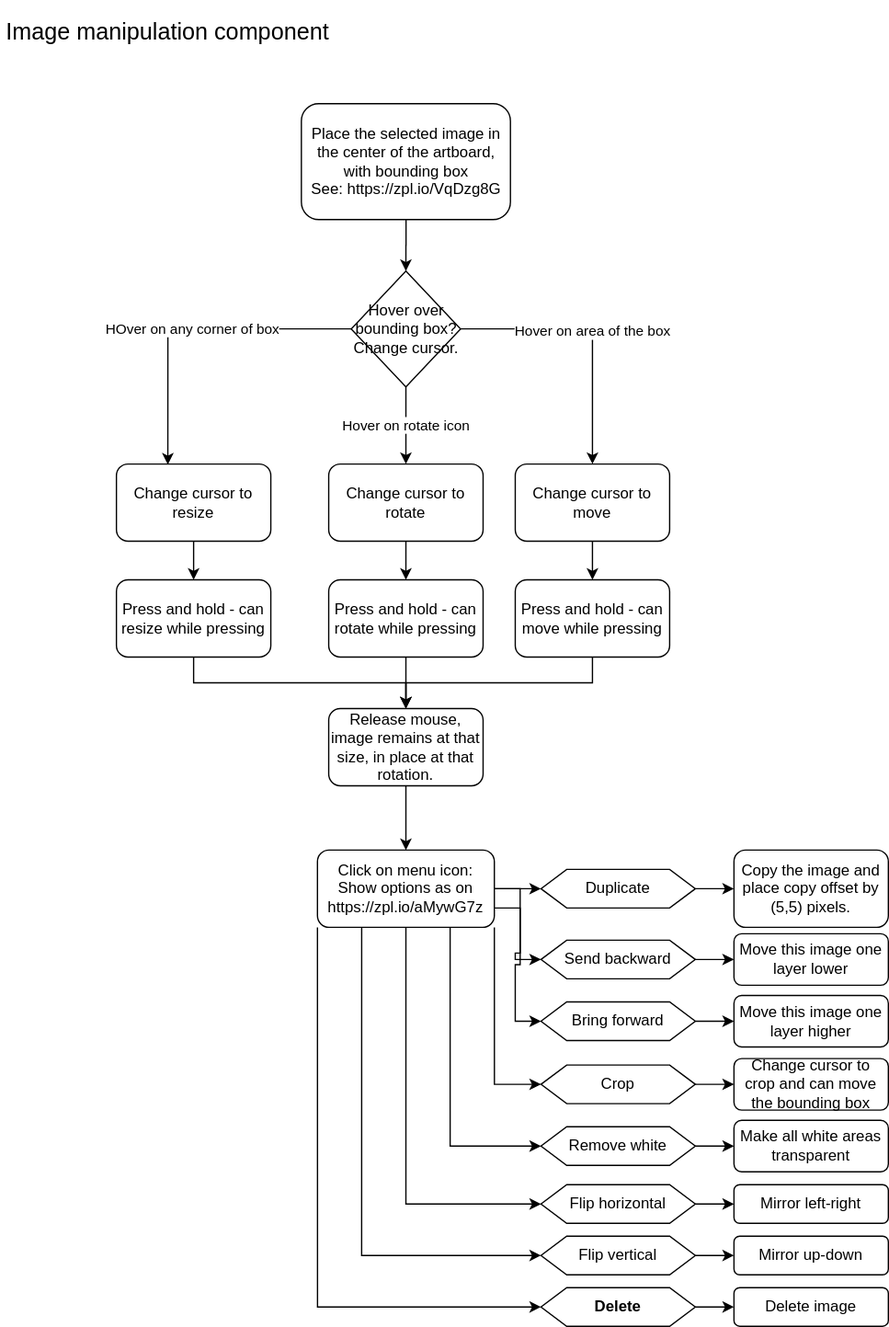
This is modules/components/image-manipulation.drawio.svg from ji-devs/ji-cloud-flowcharts, a draw.io export, as it was before one commit. Source tidied: cells renumbered, new cells last; positions are measured from the earlier drawing's top-left corner, leaving out a move shared by most shapes. Its diagram source:
```xml
<mxGraphModel>
  <root>
    <mxCell id="0" />
    <mxCell id="1" parent="0" />
    <mxCell id="2" value="&lt;font style=&quot;font-size: 18px&quot;&gt;Image manipulation component&lt;/font&gt;" style="text;html=1;strokeColor=none;fillColor=none;align=center;verticalAlign=middle;whiteSpace=wrap;rounded=0;" parent="1" vertex="1">
      <mxGeometry width="260" height="50" as="geometry" />
    </mxCell>
    <mxCell id="3" style="edgeStyle=orthogonalEdgeStyle;rounded=0;jettySize=auto;html=1;" parent="1" edge="1" source="4" target="8">
      <mxGeometry relative="1" as="geometry" />
    </mxCell>
    <mxCell id="4" value="Place the selected image in the center of the artboard, with bounding box&amp;nbsp;&lt;br&gt;See:&amp;nbsp;https://zpl.io/VqDzg8G" style="rounded=1;whiteSpace=wrap;html=1;" parent="1" vertex="1">
      <mxGeometry x="233.8" y="80" width="162.5" height="90" as="geometry" />
    </mxCell>
    <mxCell id="5" value="HOver on any corner of box" style="edgeStyle=orthogonalEdgeStyle;rounded=0;jettySize=auto;html=1;entryX=0.333;entryY=0.007;entryDx=0;entryDy=0;entryPerimeter=0;" parent="1" edge="1" source="8" target="10">
      <mxGeometry relative="1" as="geometry" />
    </mxCell>
    <mxCell id="6" value="Hover on rotate icon" style="edgeStyle=orthogonalEdgeStyle;rounded=0;jettySize=auto;html=1;entryX=0.5;entryY=0;entryDx=0;entryDy=0;" parent="1" edge="1" source="8" target="12">
      <mxGeometry relative="1" as="geometry" />
    </mxCell>
    <mxCell id="7" value="Hover on area of the box" style="edgeStyle=orthogonalEdgeStyle;rounded=0;jettySize=auto;html=1;entryX=0.5;entryY=0;entryDx=0;entryDy=0;" parent="1" edge="1" source="8" target="14">
      <mxGeometry relative="1" as="geometry" />
    </mxCell>
    <mxCell id="8" value="Hover over bounding box? Change cursor." style="rhombus;whiteSpace=wrap;html=1;" parent="1" vertex="1">
      <mxGeometry x="272.5" y="210" width="85" height="90" as="geometry" />
    </mxCell>
    <mxCell id="9" style="edgeStyle=orthogonalEdgeStyle;rounded=0;jettySize=auto;html=1;entryX=0.5;entryY=0;entryDx=0;entryDy=0;" parent="1" edge="1" source="10" target="16">
      <mxGeometry relative="1" as="geometry" />
    </mxCell>
    <mxCell id="10" value="Change cursor to resize" style="rounded=1;whiteSpace=wrap;html=1;" parent="1" vertex="1">
      <mxGeometry x="90" y="360" width="120" height="60" as="geometry" />
    </mxCell>
    <mxCell id="11" style="edgeStyle=orthogonalEdgeStyle;rounded=0;jettySize=auto;html=1;entryX=0.5;entryY=0;entryDx=0;entryDy=0;" parent="1" edge="1" source="12" target="18">
      <mxGeometry relative="1" as="geometry" />
    </mxCell>
    <mxCell id="12" value="Change cursor to rotate" style="rounded=1;whiteSpace=wrap;html=1;" parent="1" vertex="1">
      <mxGeometry x="255" y="360" width="120" height="60" as="geometry" />
    </mxCell>
    <mxCell id="13" style="edgeStyle=orthogonalEdgeStyle;rounded=0;jettySize=auto;html=1;entryX=0.5;entryY=0;entryDx=0;entryDy=0;" parent="1" edge="1" source="14" target="20">
      <mxGeometry relative="1" as="geometry" />
    </mxCell>
    <mxCell id="14" value="Change cursor to move" style="rounded=1;whiteSpace=wrap;html=1;" parent="1" vertex="1">
      <mxGeometry x="400" y="360" width="120" height="60" as="geometry" />
    </mxCell>
    <mxCell id="15" style="edgeStyle=orthogonalEdgeStyle;rounded=0;jettySize=auto;html=1;" parent="1" edge="1" source="16" target="22">
      <mxGeometry relative="1" as="geometry">
        <Array as="points">
          <mxPoint x="150" y="530" />
          <mxPoint x="315" y="530" />
        </Array>
      </mxGeometry>
    </mxCell>
    <mxCell id="16" value="Press and hold - can resize while pressing" style="rounded=1;whiteSpace=wrap;html=1;" parent="1" vertex="1">
      <mxGeometry x="90" y="450" width="120" height="60" as="geometry" />
    </mxCell>
    <mxCell id="17" style="edgeStyle=orthogonalEdgeStyle;rounded=0;jettySize=auto;html=1;" parent="1" edge="1" source="18">
      <mxGeometry relative="1" as="geometry">
        <mxPoint x="315" y="550" as="targetPoint" />
      </mxGeometry>
    </mxCell>
    <mxCell id="18" value="Press and hold - can rotate while pressing" style="rounded=1;whiteSpace=wrap;html=1;" parent="1" vertex="1">
      <mxGeometry x="255" y="450" width="120" height="60" as="geometry" />
    </mxCell>
    <mxCell id="19" style="edgeStyle=orthogonalEdgeStyle;rounded=0;jettySize=auto;html=1;entryX=0.5;entryY=0;entryDx=0;entryDy=0;" parent="1" edge="1" source="20" target="22">
      <mxGeometry relative="1" as="geometry">
        <Array as="points">
          <mxPoint x="460" y="530" />
          <mxPoint x="315" y="530" />
        </Array>
      </mxGeometry>
    </mxCell>
    <mxCell id="20" value="Press and hold - can move while pressing" style="rounded=1;whiteSpace=wrap;html=1;" parent="1" vertex="1">
      <mxGeometry x="400" y="450" width="120" height="60" as="geometry" />
    </mxCell>
    <mxCell id="21" style="edgeStyle=orthogonalEdgeStyle;rounded=0;jettySize=auto;html=1;entryX=0.5;entryY=0;entryDx=0;entryDy=0;" parent="1" edge="1" source="22" target="31">
      <mxGeometry relative="1" as="geometry" />
    </mxCell>
    <mxCell id="22" value="Release mouse, image remains at that size, in place at that rotation." style="rounded=1;whiteSpace=wrap;html=1;" parent="1" vertex="1">
      <mxGeometry x="255" y="550" width="120" height="60" as="geometry" />
    </mxCell>
    <mxCell id="23" style="edgeStyle=orthogonalEdgeStyle;rounded=0;jettySize=auto;html=1;entryX=0;entryY=0.5;entryDx=0;entryDy=0;" parent="1" edge="1" source="31" target="33">
      <mxGeometry relative="1" as="geometry" />
    </mxCell>
    <mxCell id="24" style="edgeStyle=orthogonalEdgeStyle;rounded=0;jettySize=auto;html=1;entryX=0;entryY=0.5;entryDx=0;entryDy=0;" parent="1" edge="1" source="31" target="36">
      <mxGeometry relative="1" as="geometry" />
    </mxCell>
    <mxCell id="25" style="edgeStyle=orthogonalEdgeStyle;rounded=0;jettySize=auto;html=1;exitX=1;exitY=0.75;exitDx=0;exitDy=0;entryX=0;entryY=0.5;entryDx=0;entryDy=0;" parent="1" edge="1" source="31" target="39">
      <mxGeometry relative="1" as="geometry" />
    </mxCell>
    <mxCell id="26" style="edgeStyle=orthogonalEdgeStyle;rounded=0;jettySize=auto;html=1;exitX=1;exitY=1;exitDx=0;exitDy=0;entryX=0;entryY=0.5;entryDx=0;entryDy=0;" parent="1" edge="1" source="31" target="42">
      <mxGeometry relative="1" as="geometry" />
    </mxCell>
    <mxCell id="27" style="edgeStyle=orthogonalEdgeStyle;rounded=0;jettySize=auto;html=1;exitX=0.75;exitY=1;exitDx=0;exitDy=0;entryX=0;entryY=0.5;entryDx=0;entryDy=0;" parent="1" edge="1" source="31" target="45">
      <mxGeometry relative="1" as="geometry" />
    </mxCell>
    <mxCell id="28" style="edgeStyle=orthogonalEdgeStyle;rounded=0;jettySize=auto;html=1;exitX=0.5;exitY=1;exitDx=0;exitDy=0;entryX=0;entryY=0.5;entryDx=0;entryDy=0;" parent="1" edge="1" source="31" target="48">
      <mxGeometry relative="1" as="geometry" />
    </mxCell>
    <mxCell id="29" style="edgeStyle=orthogonalEdgeStyle;rounded=0;jettySize=auto;html=1;exitX=0.25;exitY=1;exitDx=0;exitDy=0;entryX=0;entryY=0.5;entryDx=0;entryDy=0;" parent="1" edge="1" source="31" target="51">
      <mxGeometry relative="1" as="geometry" />
    </mxCell>
    <mxCell id="30" style="edgeStyle=orthogonalEdgeStyle;rounded=0;jettySize=auto;html=1;exitX=0;exitY=1;exitDx=0;exitDy=0;entryX=0;entryY=0.5;entryDx=0;entryDy=0;" parent="1" edge="1" source="31" target="54">
      <mxGeometry relative="1" as="geometry" />
    </mxCell>
    <mxCell id="31" value="Click on menu icon: Show options as on&amp;nbsp;&lt;br&gt;https://zpl.io/aMywG7z" style="rounded=1;whiteSpace=wrap;html=1;" parent="1" vertex="1">
      <mxGeometry x="246.2" y="660" width="137.5" height="60" as="geometry" />
    </mxCell>
    <mxCell id="32" style="edgeStyle=orthogonalEdgeStyle;rounded=0;jettySize=auto;html=1;entryX=0;entryY=0.5;entryDx=0;entryDy=0;" parent="1" edge="1" source="33" target="34">
      <mxGeometry relative="1" as="geometry" />
    </mxCell>
    <mxCell id="33" value="Duplicate" style="shape=hexagon;perimeter=hexagonPerimeter2;whiteSpace=wrap;html=1;fixedSize=1;" parent="1" vertex="1">
      <mxGeometry x="420" y="675" width="120" height="30" as="geometry" />
    </mxCell>
    <mxCell id="34" value="Copy the image and place copy offset by (5,5) pixels." style="rounded=1;whiteSpace=wrap;html=1;" parent="1" vertex="1">
      <mxGeometry x="570" y="660" width="120" height="60" as="geometry" />
    </mxCell>
    <mxCell id="35" style="edgeStyle=orthogonalEdgeStyle;rounded=0;jettySize=auto;html=1;entryX=0;entryY=0.5;entryDx=0;entryDy=0;" parent="1" edge="1" source="36" target="37">
      <mxGeometry relative="1" as="geometry" />
    </mxCell>
    <mxCell id="36" value="Send backward" style="shape=hexagon;perimeter=hexagonPerimeter2;whiteSpace=wrap;html=1;fixedSize=1;" parent="1" vertex="1">
      <mxGeometry x="420" y="730" width="120" height="30" as="geometry" />
    </mxCell>
    <mxCell id="37" value="Move this image one layer lower&amp;nbsp;" style="rounded=1;whiteSpace=wrap;html=1;" parent="1" vertex="1">
      <mxGeometry x="570" y="725" width="120" height="40" as="geometry" />
    </mxCell>
    <mxCell id="38" style="edgeStyle=orthogonalEdgeStyle;rounded=0;jettySize=auto;html=1;exitX=1;exitY=0.5;exitDx=0;exitDy=0;entryX=0;entryY=0.5;entryDx=0;entryDy=0;" parent="1" edge="1" source="39" target="40">
      <mxGeometry relative="1" as="geometry" />
    </mxCell>
    <mxCell id="39" value="Bring forward" style="shape=hexagon;perimeter=hexagonPerimeter2;whiteSpace=wrap;html=1;fixedSize=1;" parent="1" vertex="1">
      <mxGeometry x="420" y="778" width="120" height="30" as="geometry" />
    </mxCell>
    <mxCell id="40" value="Move this image one layer higher" style="rounded=1;whiteSpace=wrap;html=1;" parent="1" vertex="1">
      <mxGeometry x="570" y="773" width="120" height="40" as="geometry" />
    </mxCell>
    <mxCell id="41" style="edgeStyle=orthogonalEdgeStyle;rounded=0;jettySize=auto;html=1;entryX=0;entryY=0.5;entryDx=0;entryDy=0;" parent="1" edge="1" source="42" target="43">
      <mxGeometry relative="1" as="geometry" />
    </mxCell>
    <mxCell id="42" value="Crop" style="shape=hexagon;perimeter=hexagonPerimeter2;whiteSpace=wrap;html=1;fixedSize=1;" parent="1" vertex="1">
      <mxGeometry x="420" y="827" width="120" height="30" as="geometry" />
    </mxCell>
    <mxCell id="43" value="Change cursor to crop and can move the bounding box" style="rounded=1;whiteSpace=wrap;html=1;" parent="1" vertex="1">
      <mxGeometry x="570" y="822" width="120" height="40" as="geometry" />
    </mxCell>
    <mxCell id="44" style="edgeStyle=orthogonalEdgeStyle;rounded=0;jettySize=auto;html=1;entryX=0;entryY=0.5;entryDx=0;entryDy=0;" parent="1" edge="1" source="45" target="46">
      <mxGeometry relative="1" as="geometry" />
    </mxCell>
    <mxCell id="45" value="Remove white" style="shape=hexagon;perimeter=hexagonPerimeter2;whiteSpace=wrap;html=1;fixedSize=1;" parent="1" vertex="1">
      <mxGeometry x="420" y="875" width="120" height="30" as="geometry" />
    </mxCell>
    <mxCell id="46" value="Make all white areas transparent" style="rounded=1;whiteSpace=wrap;html=1;" parent="1" vertex="1">
      <mxGeometry x="570" y="870" width="120" height="40" as="geometry" />
    </mxCell>
    <mxCell id="47" style="edgeStyle=orthogonalEdgeStyle;rounded=0;jettySize=auto;html=1;exitX=1;exitY=0.5;exitDx=0;exitDy=0;entryX=0;entryY=0.5;entryDx=0;entryDy=0;" parent="1" edge="1" source="48" target="49">
      <mxGeometry relative="1" as="geometry" />
    </mxCell>
    <mxCell id="48" value="Flip horizontal" style="shape=hexagon;perimeter=hexagonPerimeter2;whiteSpace=wrap;html=1;fixedSize=1;" parent="1" vertex="1">
      <mxGeometry x="420" y="920" width="120" height="30" as="geometry" />
    </mxCell>
    <mxCell id="49" value="Mirror left-right" style="rounded=1;whiteSpace=wrap;html=1;" parent="1" vertex="1">
      <mxGeometry x="570" y="920" width="120" height="30" as="geometry" />
    </mxCell>
    <mxCell id="50" style="edgeStyle=orthogonalEdgeStyle;rounded=0;jettySize=auto;html=1;exitX=1;exitY=0.5;exitDx=0;exitDy=0;entryX=0;entryY=0.5;entryDx=0;entryDy=0;" parent="1" edge="1" source="51" target="52">
      <mxGeometry relative="1" as="geometry" />
    </mxCell>
    <mxCell id="51" value="Flip vertical" style="shape=hexagon;perimeter=hexagonPerimeter2;whiteSpace=wrap;html=1;fixedSize=1;" parent="1" vertex="1">
      <mxGeometry x="420" y="960" width="120" height="30" as="geometry" />
    </mxCell>
    <mxCell id="52" value="Mirror up-down" style="rounded=1;whiteSpace=wrap;html=1;" parent="1" vertex="1">
      <mxGeometry x="570" y="960" width="120" height="30" as="geometry" />
    </mxCell>
    <mxCell id="53" style="edgeStyle=orthogonalEdgeStyle;rounded=0;jettySize=auto;html=1;entryX=0;entryY=0.5;entryDx=0;entryDy=0;" parent="1" edge="1" source="54" target="55">
      <mxGeometry relative="1" as="geometry" />
    </mxCell>
    <mxCell id="54" value="Delete" style="shape=hexagon;perimeter=hexagonPerimeter2;whiteSpace=wrap;html=1;fixedSize=1;fontStyle=1;" parent="1" vertex="1">
      <mxGeometry x="420" y="1000" width="120" height="30" as="geometry" />
    </mxCell>
    <mxCell id="55" value="Delete image" style="rounded=1;whiteSpace=wrap;html=1;" parent="1" vertex="1">
      <mxGeometry x="570" y="1000" width="120" height="30" as="geometry" />
    </mxCell>
  </root>
</mxGraphModel>
```
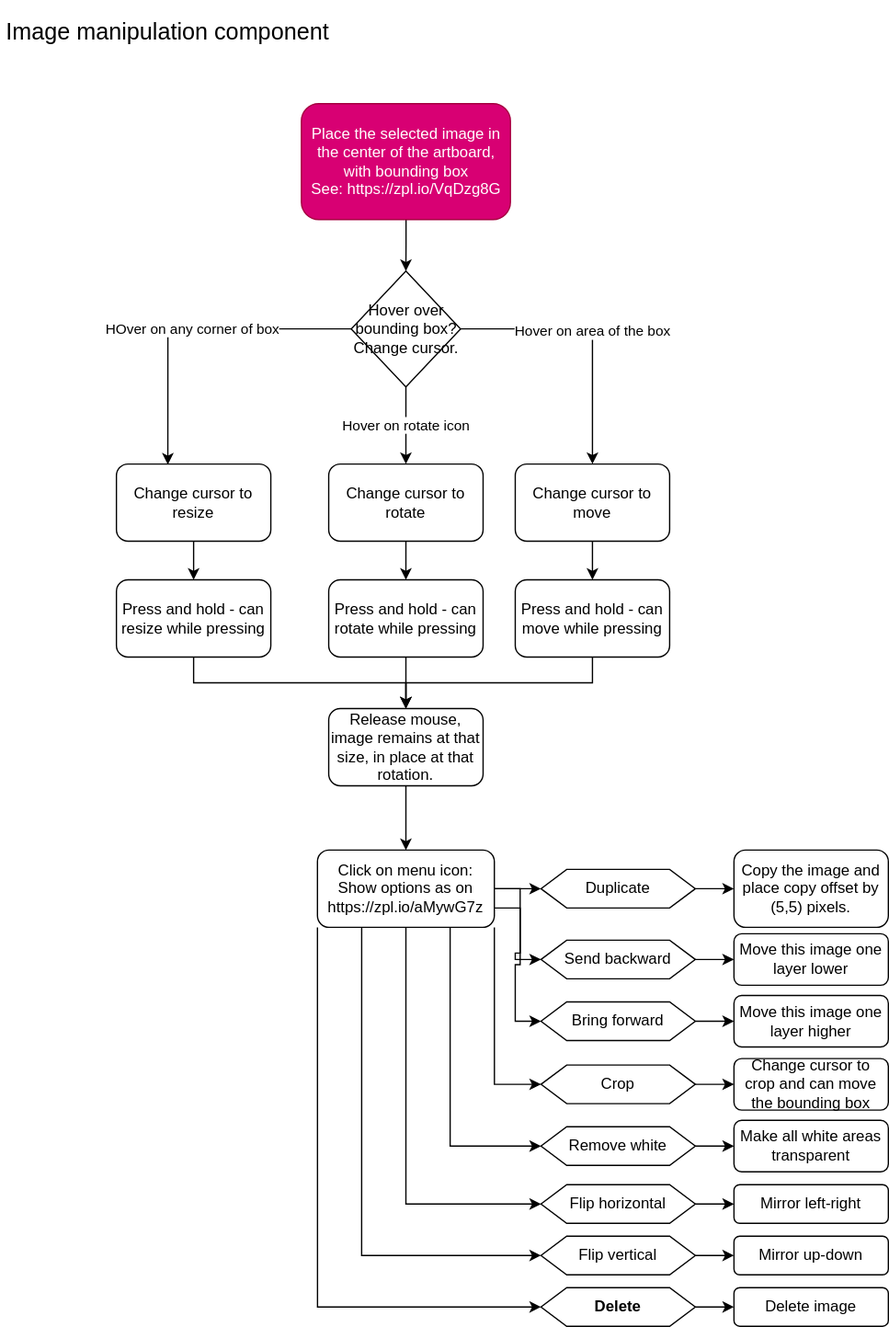
After the change.

Diff of the diagram source:
```diff
@@ -8,7 +8,7 @@
     <mxCell id="3" style="edgeStyle=orthogonalEdgeStyle;rounded=0;jettySize=auto;html=1;" parent="1" edge="1" source="4" target="8">
       <mxGeometry relative="1" as="geometry" />
     </mxCell>
-    <mxCell id="4" value="Place the selected image in the center of the artboard, with bounding box&amp;nbsp;&lt;br&gt;See:&amp;nbsp;https://zpl.io/VqDzg8G" style="rounded=1;whiteSpace=wrap;html=1;" parent="1" vertex="1">
+    <mxCell id="4" value="Place the selected image in the center of the artboard, with bounding box&amp;nbsp;&lt;br&gt;See:&amp;nbsp;https://zpl.io/VqDzg8G" style="rounded=1;whiteSpace=wrap;html=1;fillColor=#d80073;strokeColor=#A50040;fontColor=#ffffff;" parent="1" vertex="1">
       <mxGeometry x="233.8" y="80" width="162.5" height="90" as="geometry" />
     </mxCell>
     <mxCell id="5" value="HOver on any corner of box" style="edgeStyle=orthogonalEdgeStyle;rounded=0;jettySize=auto;html=1;entryX=0.333;entryY=0.007;entryDx=0;entryDy=0;entryPerimeter=0;" parent="1" edge="1" source="8" target="10">
```
